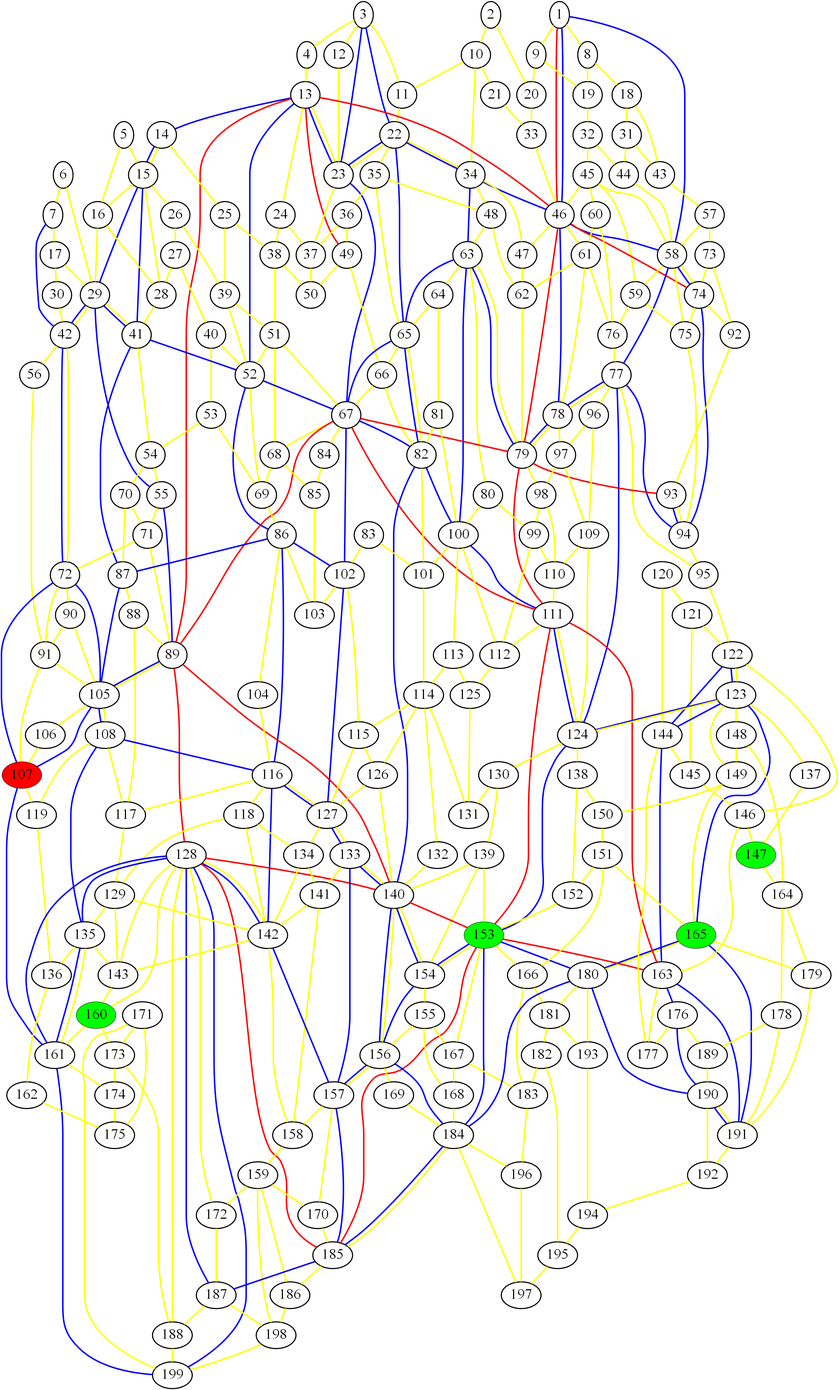
Above: graph_7.png in ed-churchill/complex-systems-project (Graphviz), before the change. Its source is kept beside it as graph_7.gv.
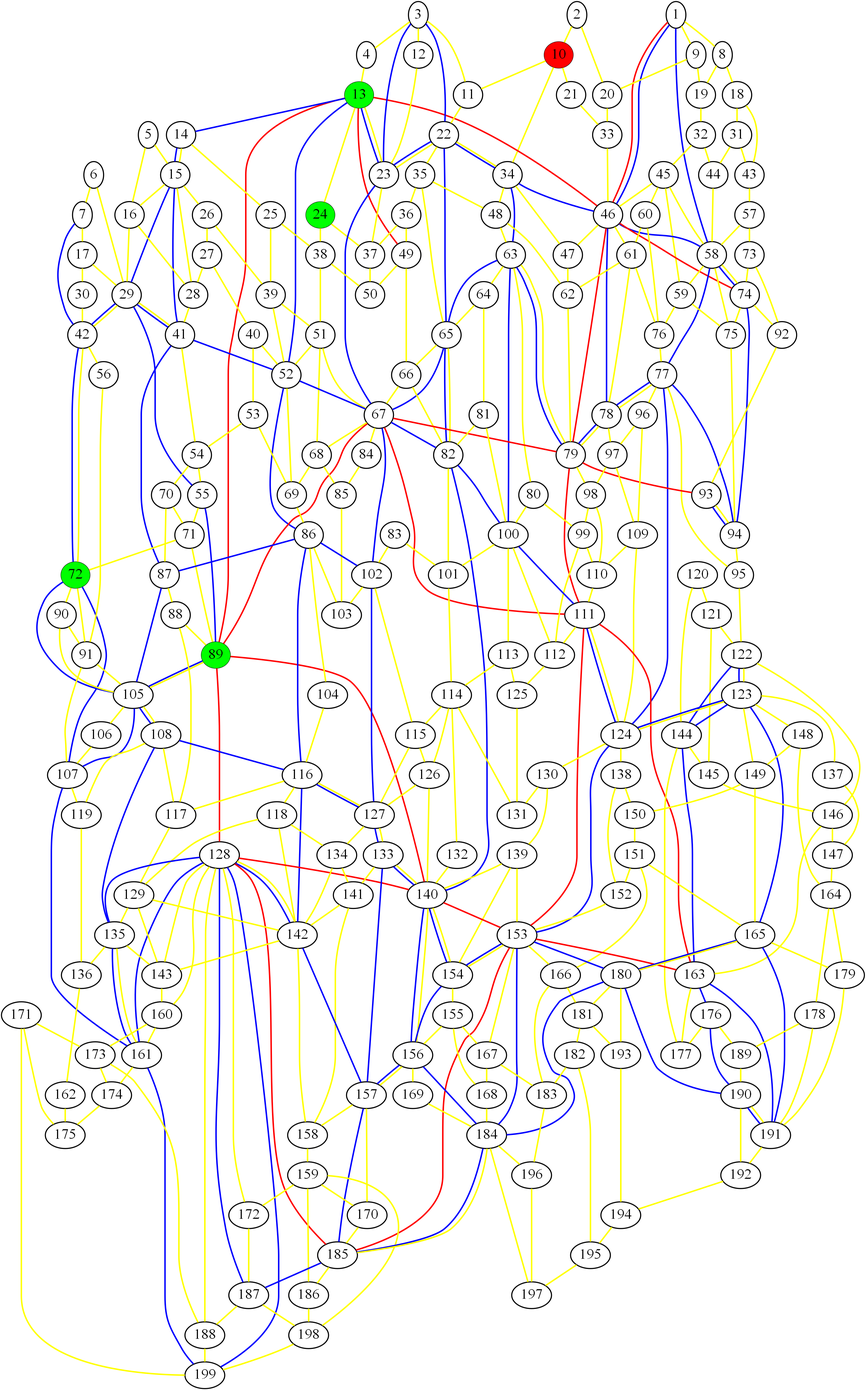
The same file after the commit.

Diff of the diagram source:
```diff
@@ -1,9 +1,9 @@
 graph london_graph {
-107 [fillcolor=red, fontsize=40, pendwidth=3, style=filled];
-160 [fillcolor=green, fontsize=40, pendwidth=3, style=filled];
-147 [fillcolor=green, fontsize=40, pendwidth=3, style=filled];
-165 [fillcolor=green, fontsize=40, pendwidth=3, style=filled];
-153 [fillcolor=green, fontsize=40, pendwidth=3, style=filled];
+10 [fillcolor=red, fontsize=40, pendwidth=3, style=filled];
+72 [fillcolor=green, fontsize=40, pendwidth=3, style=filled];
+13 [fillcolor=green, fontsize=40, pendwidth=3, style=filled];
+89 [fillcolor=green, fontsize=40, pendwidth=3, style=filled];
+24 [fillcolor=green, fontsize=40, pendwidth=3, style=filled];
 1 [fontsize=40, penwidth=3];
 2 [fontsize=40, penwidth=3];
 3 [fontsize=40, penwidth=3];
@@ -13,10 +13,8 @@
 7 [fontsize=40, penwidth=3];
 8 [fontsize=40, penwidth=3];
 9 [fontsize=40, penwidth=3];
-10 [fontsize=40, penwidth=3];
 11 [fontsize=40, penwidth=3];
 12 [fontsize=40, penwidth=3];
-13 [fontsize=40, penwidth=3];
 14 [fontsize=40, penwidth=3];
 15 [fontsize=40, penwidth=3];
 16 [fontsize=40, penwidth=3];
@@ -27,7 +25,6 @@
 21 [fontsize=40, penwidth=3];
 22 [fontsize=40, penwidth=3];
 23 [fontsize=40, penwidth=3];
-24 [fontsize=40, penwidth=3];
 25 [fontsize=40, penwidth=3];
 26 [fontsize=40, penwidth=3];
 27 [fontsize=40, penwidth=3];
@@ -75,7 +72,6 @@
 69 [fontsize=40, penwidth=3];
 70 [fontsize=40, penwidth=3];
 71 [fontsize=40, penwidth=3];
-72 [fontsize=40, penwidth=3];
 73 [fontsize=40, penwidth=3];
 74 [fontsize=40, penwidth=3];
 75 [fontsize=40, penwidth=3];
@@ -92,7 +88,6 @@
 86 [fontsize=40, penwidth=3];
 87 [fontsize=40, penwidth=3];
 88 [fontsize=40, penwidth=3];
-89 [fontsize=40, penwidth=3];
 90 [fontsize=40, penwidth=3];
 91 [fontsize=40, penwidth=3];
 92 [fontsize=40, penwidth=3];
@@ -110,6 +105,7 @@
 104 [fontsize=40, penwidth=3];
 105 [fontsize=40, penwidth=3];
 106 [fontsize=40, penwidth=3];
+107 [fontsize=40, penwidth=3];
 108 [fontsize=40, penwidth=3];
 109 [fontsize=40, penwidth=3];
 110 [fontsize=40, penwidth=3];
@@ -149,21 +145,25 @@
 144 [fontsize=40, penwidth=3];
 145 [fontsize=40, penwidth=3];
 146 [fontsize=40, penwidth=3];
+147 [fontsize=40, penwidth=3];
 148 [fontsize=40, penwidth=3];
 149 [fontsize=40, penwidth=3];
 150 [fontsize=40, penwidth=3];
 151 [fontsize=40, penwidth=3];
 152 [fontsize=40, penwidth=3];
+153 [fontsize=40, penwidth=3];
 154 [fontsize=40, penwidth=3];
 155 [fontsize=40, penwidth=3];
 156 [fontsize=40, penwidth=3];
 157 [fontsize=40, penwidth=3];
 158 [fontsize=40, penwidth=3];
 159 [fontsize=40, penwidth=3];
+160 [fontsize=40, penwidth=3];
 161 [fontsize=40, penwidth=3];
 162 [fontsize=40, penwidth=3];
 163 [fontsize=40, penwidth=3];
 164 [fontsize=40, penwidth=3];
+165 [fontsize=40, penwidth=3];
 166 [fontsize=40, penwidth=3];
 167 [fontsize=40, penwidth=3];
 168 [fontsize=40, penwidth=3];
```
